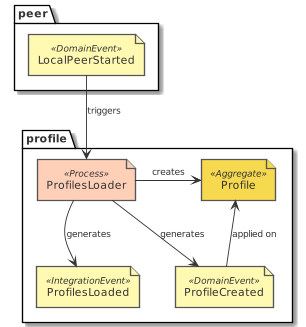
tmorin/dorders keeps this PlantUML diagram as paper/design_profile_eventstorming_load_profiles.png. Above is the earlier version.
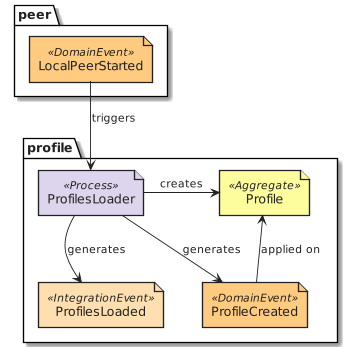
The same diagram one commit later.

Diff of the diagram source:
```diff
@@ -1,14 +1,13 @@
 @startuml design_profile_eventstorming_load_profiles
-!include common.puml
-!include ../.gdiag/plantuml-libs/eventstorming/eventstorming-all.puml
+!include common.eventstorming.puml
 package peer {
-  domain_event('LocalPeerStarted')
+  DomainEvent('LocalPeerStarted')
 }
 package profile {
-  process('ProfilesLoader')
-  domain_event('ProfileCreated')
-  integration_event('ProfilesLoaded')
-  aggregate('Profile')
+  Process('ProfilesLoader')
+  DomainEvent('ProfileCreated')
+  IntegrationEvent('ProfilesLoaded')
+  Aggregate('Profile')
 }
 LocalPeerStarted --> ProfilesLoader : triggers
 ProfilesLoader -r-> Profile : creates
```
